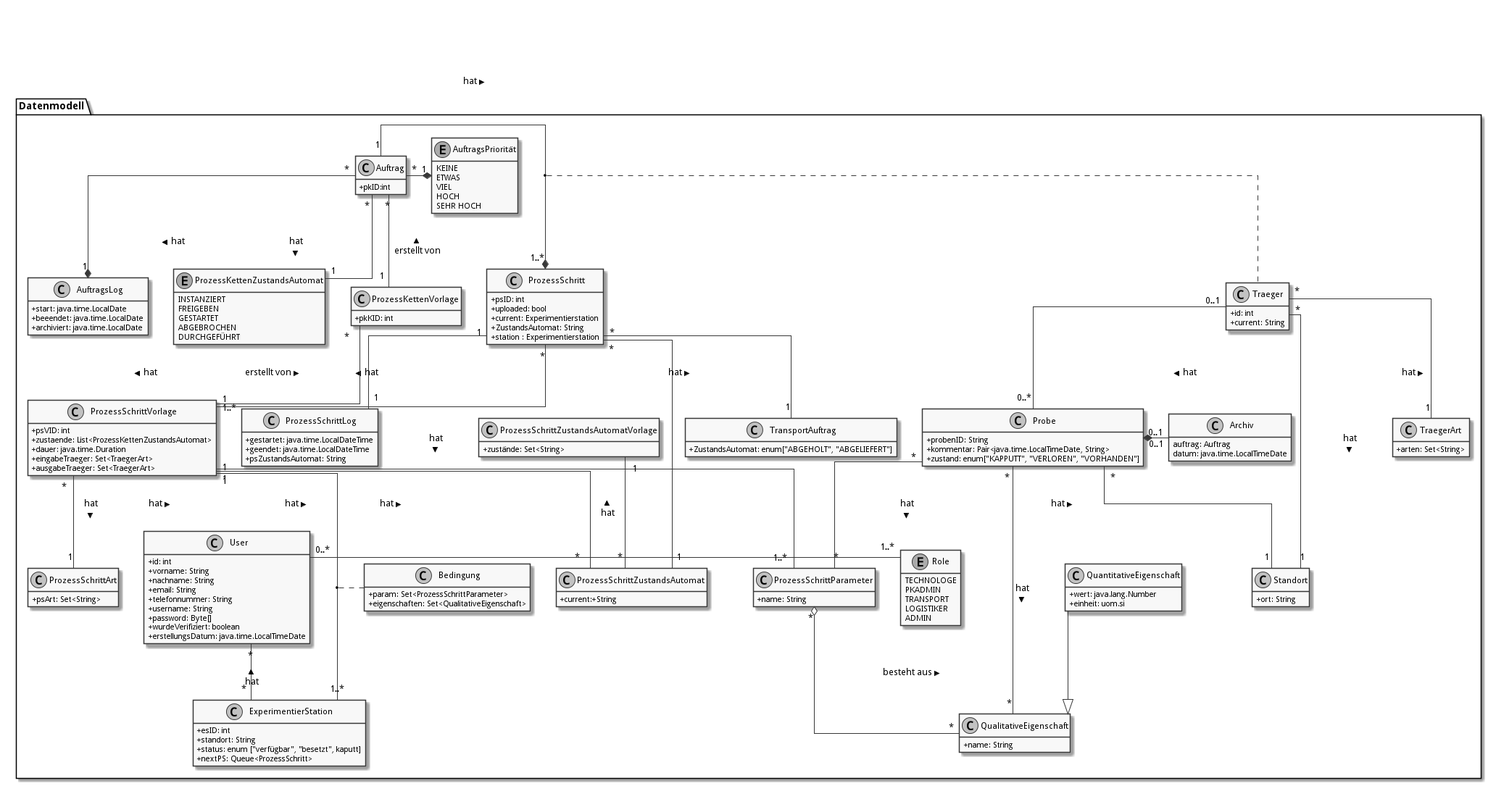
Above: doc/UML/datenModel.png in fkehlenb/softwareprojekt-2 (PlantUML), before the change.
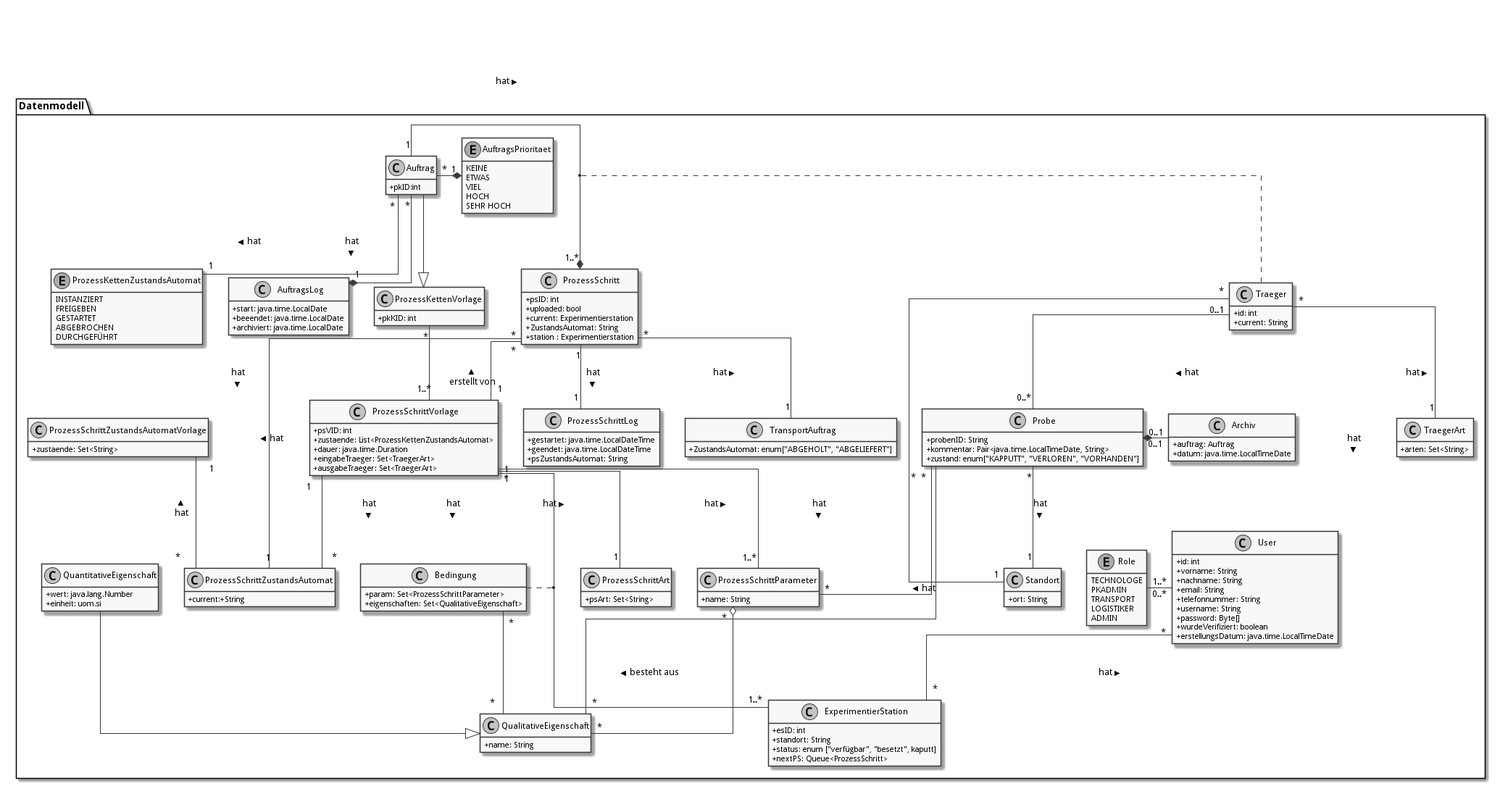
Later version of the same file.

The edit, as a diff of the source:
```diff
@@ -49,8 +49,8 @@
 }
 
 class Archiv {
-auftrag: Auftrag
-datum: java.time.LocalTimeDate
++auftrag: Auftrag
++datum: java.time.LocalTimeDate
 }
 
 class "QualitativeEigenschaft" as qualE {
@@ -81,7 +81,7 @@
 }
 
 class ProzessSchrittZustandsAutomatVorlage {
-   +zustände: Set<String>
+   +zustaende: Set<String>
 }
 
 class "ProzessSchrittVorlage" as psV {
@@ -116,7 +116,7 @@
 }
 
 
-enum AuftragsPriorität {
+enum AuftragsPrioritaet {
 KEINE
 ETWAS
 VIEL
@@ -154,11 +154,11 @@
   User "*" -- "*" es: < hat
 
 
-  Auftrag "*" -* "1" AuftragsPriorität
+  Auftrag "*" -* "1" AuftragsPrioritaet
   Auftrag "1" -* "1..*" ps: hat >
   Auftrag "*"  --* "1" AuftragsLog: hat >
   Auftrag "*" -- "1" pkZ: hat >
-  Auftrag "*" -- "1" pkV: < erstellt von
+  Auftrag  --|>  pkV
 
   (Auftrag, ps) .. Traeger
 
@@ -184,6 +184,8 @@
 
   pkV "*" -- "1..*" psV: hat >
 
+  Bedingung  "*" -- "*" qualE
+
 
   Probe "0..1" *- "0..1" Archiv
   Probe "*" -- "1" Standort: hat >
```
